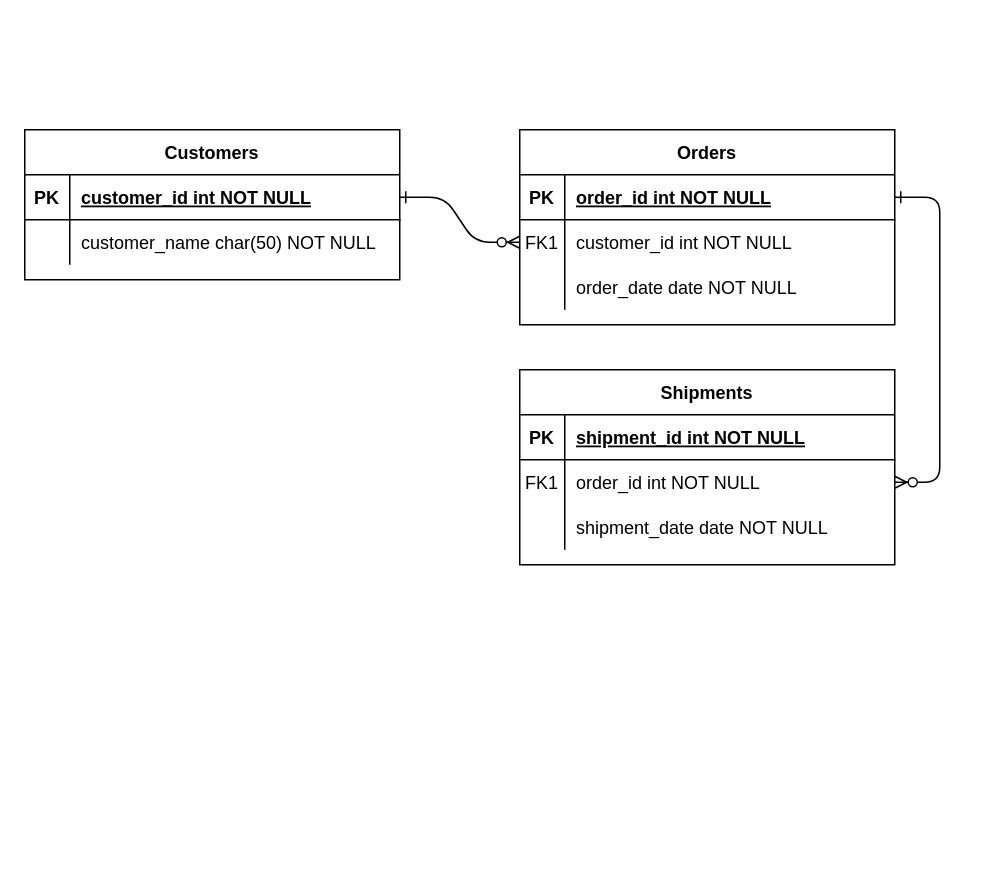
Earlier version of the draw.io diagram Untitled Diagram.drawio (celisawalker/concert-logger-app-project). Source tidied: cells renumbered, new cells numbered last; positions are measured from the earlier drawing's top-left corner, leaving out a move shared by most shapes. Both pictures are drawn from the tidied source at 150%, with x=0, y=0 at pixel (24, 129).
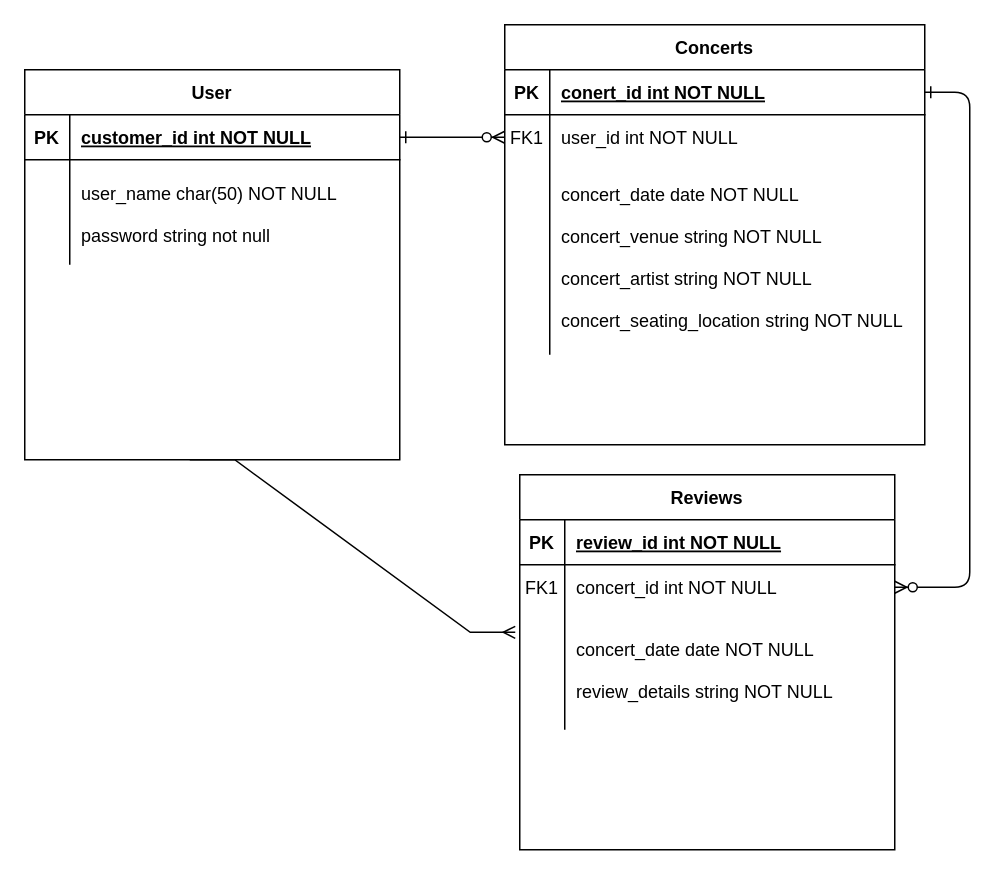
Above is the later version.

Unchanged cells that the change refers to:
```xml
<mxCell id="15" style="shape=partialRectangle;fillColor=none;top=0;left=0;right=0;bottom=1;" parent="14" vertex="1">
  <mxGeometry y="30" width="250" height="30" as="geometry" />
</mxCell>
<mxCell id="18" style="shape=partialRectangle;fillColor=none;points=[[0,0.5],[1,0.5]];portConstraint=eastwest;top=0;left=0;right=0;bottom=0;" parent="14" vertex="1">
  <mxGeometry y="60" width="250" height="30" as="geometry" />
</mxCell>
```

Diff of the diagram source:
```diff
@@
-    <mxCell id="4" value="Orders" style="shape=table;startSize=30;childLayout=tableLayout;rowLines=0;fontStyle=1;align=center;" parent="1" vertex="1">
-      <mxGeometry x="330" width="250" height="130" as="geometry" />
+    <mxCell id="4" value="Concerts" style="shape=table;startSize=30;childLayout=tableLayout;rowLines=0;fontStyle=1;align=center;" parent="1" vertex="1">
+      <mxGeometry x="320" y="-70" width="280" height="280" as="geometry" />
     </mxCell>
     <mxCell id="5" style="shape=partialRectangle;fillColor=none;points=[[0,0.5],[1,0.5]];portConstraint=eastwest;top=0;left=0;right=0;bottom=1;" parent="4" vertex="1">
-      <mxGeometry y="30" width="250" height="30" as="geometry" />
+      <mxGeometry y="30" width="280" height="30" as="geometry" />
     </mxCell>
@@
-    <mxCell id="7" value="order_id int NOT NULL " style="shape=partialRectangle;overflow=hidden;fillColor=none;top=0;left=0;bottom=0;right=0;align=left;spacingLeft=6;fontStyle=5;" parent="5" vertex="1">
-      <mxGeometry x="30" width="220" height="30" as="geometry" />
+    <mxCell id="7" value="conert_id int NOT NULL " style="shape=partialRectangle;overflow=hidden;fillColor=none;top=0;left=0;bottom=0;right=0;align=left;spacingLeft=6;fontStyle=5;" parent="5" vertex="1">
+      <mxGeometry x="30" width="250" height="30" as="geometry" />
     </mxCell>
     <mxCell id="8" style="shape=partialRectangle;fillColor=none;points=[[0,0.5],[1,0.5]];portConstraint=eastwest;top=0;left=0;right=0;bottom=0;" parent="4" vertex="1">
-      <mxGeometry y="60" width="250" height="30" as="geometry" />
+      <mxGeometry y="60" width="280" height="30" as="geometry" />
     </mxCell>
@@
-    <mxCell id="10" value="customer_id int NOT NULL" style="shape=partialRectangle;overflow=hidden;fillColor=none;top=0;left=0;bottom=0;right=0;align=left;spacingLeft=6;" parent="8" vertex="1">
-      <mxGeometry x="30" width="220" height="30" as="geometry" />
+    <mxCell id="10" value="user_id int NOT NULL" style="shape=partialRectangle;overflow=hidden;fillColor=none;top=0;left=0;bottom=0;right=0;align=left;spacingLeft=6;" parent="8" vertex="1">
+      <mxGeometry x="30" width="250" height="30" as="geometry" />
     </mxCell>
     <mxCell id="11" style="shape=partialRectangle;fillColor=none;top=0;left=0;right=0;bottom=0;" parent="4" vertex="1">
-      <mxGeometry y="90" width="250" height="30" as="geometry" />
+      <mxGeometry y="90" width="280" height="130" as="geometry" />
     </mxCell>
     <mxCell id="12" style="shape=partialRectangle;overflow=hidden;fillColor=none;top=0;left=0;bottom=0;right=0;" parent="11" vertex="1">
-      <mxGeometry width="30" height="30" as="geometry" />
+      <mxGeometry width="30" height="130" as="geometry" />
     </mxCell>
-    <mxCell id="13" value="order_date date NOT NULL" style="shape=partialRectangle;overflow=hidden;fillColor=none;top=0;left=0;bottom=0;right=0;align=left;spacingLeft=6;" parent="11" vertex="1">
-      <mxGeometry x="30" width="220" height="30" as="geometry" />
+    <mxCell id="13" value="concert_date date NOT NULL&#10;&#10;concert_venue string NOT NULL&#10;&#10;concert_artist string NOT NULL&#10;&#10;concert_seating_location string NOT NULL" style="shape=partialRectangle;overflow=hidden;fillColor=none;top=0;left=0;bottom=0;right=0;align=left;spacingLeft=6;" parent="11" vertex="1">
+      <mxGeometry x="30" width="250" height="130" as="geometry" />
     </mxCell>
-    <mxCell id="14" value="Shipments" style="shape=table;startSize=30;childLayout=tableLayout;rowLines=0;fontStyle=1;align=center;" parent="1" vertex="1">
-      <mxGeometry x="330" y="160" width="250" height="130" as="geometry" />
+    <mxCell id="14" value="Reviews" style="shape=table;startSize=30;childLayout=tableLayout;rowLines=0;fontStyle=1;align=center;" parent="1" vertex="1">
+      <mxGeometry x="330" y="230" width="250" height="250" as="geometry" />
     </mxCell>
@@
-    <mxCell id="17" value="shipment_id int NOT NULL " style="shape=partialRectangle;overflow=hidden;fillColor=none;top=0;left=0;bottom=0;right=0;align=left;spacingLeft=6;fontStyle=5;" parent="15" vertex="1">
+    <mxCell id="17" value="review_id int NOT NULL " style="shape=partialRectangle;overflow=hidden;fillColor=none;top=0;left=0;bottom=0;right=0;align=left;spacingLeft=6;fontStyle=5;" parent="15" vertex="1">
       <mxGeometry x="30" width="220" height="30" as="geometry" />
     </mxCell>
@@
-    <mxCell id="20" value="order_id int NOT NULL" style="shape=partialRectangle;overflow=hidden;fillColor=none;top=0;left=0;bottom=0;right=0;align=left;spacingLeft=6;" parent="18" vertex="1">
+    <mxCell id="20" value="concert_id int NOT NULL" style="shape=partialRectangle;overflow=hidden;fillColor=none;top=0;left=0;bottom=0;right=0;align=left;spacingLeft=6;" parent="18" vertex="1">
       <mxGeometry x="30" width="220" height="30" as="geometry" />
     </mxCell>
     <mxCell id="21" style="shape=partialRectangle;fillColor=none;points=[[0,0.5],[1,0.5]];portConstraint=eastwest;top=0;left=0;right=0;bottom=0;" parent="14" vertex="1">
-      <mxGeometry y="90" width="250" height="30" as="geometry" />
+      <mxGeometry y="90" width="250" height="80" as="geometry" />
     </mxCell>
     <mxCell id="22" style="shape=partialRectangle;overflow=hidden;fillColor=none;top=0;left=0;bottom=0;right=0;" parent="21" vertex="1">
-      <mxGeometry width="30" height="30" as="geometry" />
+      <mxGeometry width="30" height="80" as="geometry" />
     </mxCell>
-    <mxCell id="23" value="shipment_date date NOT NULL" style="shape=partialRectangle;overflow=hidden;fillColor=none;top=0;left=0;bottom=0;right=0;align=left;spacingLeft=6;" parent="21" vertex="1">
-      <mxGeometry x="30" width="220" height="30" as="geometry" />
+    <mxCell id="23" value="concert_date date NOT NULL&#10;&#10;review_details string NOT NULL" style="shape=partialRectangle;overflow=hidden;fillColor=none;top=0;left=0;bottom=0;right=0;align=left;spacingLeft=6;" parent="21" vertex="1">
+      <mxGeometry x="30" width="220" height="80" as="geometry" />
     </mxCell>
-    <mxCell id="24" value="Customers" style="shape=table;startSize=30;childLayout=tableLayout;rowLines=0;fontStyle=1;align=center;" parent="1" vertex="1">
-      <mxGeometry width="250" height="100" as="geometry" />
+    <mxCell id="24" value="User" style="shape=table;startSize=30;childLayout=tableLayout;rowLines=0;fontStyle=1;align=center;" parent="1" vertex="1">
+      <mxGeometry y="-40" width="250" height="260" as="geometry" />
     </mxCell>
@@
     <mxCell id="28" style="shape=partialRectangle;fillColor=none;top=0;left=0;right=0;bottom=0;" parent="24" vertex="1">
-      <mxGeometry y="60" width="250" height="30" as="geometry" />
+      <mxGeometry y="60" width="250" height="70" as="geometry" />
     </mxCell>
     <mxCell id="29" style="shape=partialRectangle;overflow=hidden;fillColor=none;top=0;left=0;bottom=0;right=0;" parent="28" vertex="1">
-      <mxGeometry width="30" height="30" as="geometry" />
+      <mxGeometry width="30" height="70" as="geometry" />
     </mxCell>
-    <mxCell id="30" value="customer_name char(50) NOT NULL" style="shape=partialRectangle;overflow=hidden;fillColor=none;top=0;left=0;bottom=0;right=0;align=left;spacingLeft=6;" parent="28" vertex="1">
-      <mxGeometry x="30" width="220" height="30" as="geometry" />
+    <mxCell id="30" value="&#10;user_name char(50) NOT NULL&#10;&#10;password string not null&#10;&#10;" style="shape=partialRectangle;overflow=hidden;fillColor=none;top=0;left=0;bottom=0;right=0;align=left;spacingLeft=6;" parent="28" vertex="1">
+      <mxGeometry x="30" width="220" height="70" as="geometry" />
     </mxCell>
+    <mxCell id="31" style="edgeStyle=entityRelationEdgeStyle;fontSize=12;html=1;endArrow=ERmany;rounded=0;entryX=-0.012;entryY=0.188;entryDx=0;entryDy=0;entryPerimeter=0;" parent="1" edge="1" target="21">
+      <mxGeometry relative="1" as="geometry">
+        <mxPoint x="110" y="220" as="sourcePoint" />
+      </mxGeometry>
+    </mxCell>
```
